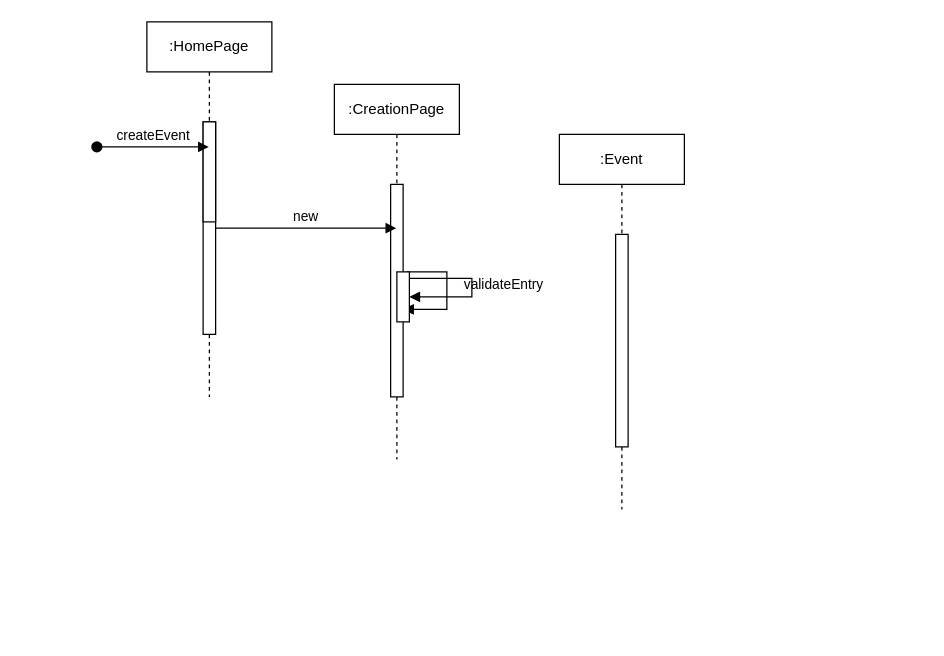
MigLyons/Draw.io keeps this draw.io diagram as createEventSequenceDiagram.drawio. Above is the earlier version. Source tidied: cells renumbered, new cells numbered last; positions are measured from the earlier drawing's top-left corner, leaving out a move shared by most shapes. Both pictures are drawn from the tidied source at 125%, with x=0, y=0 at pixel (96, 21).
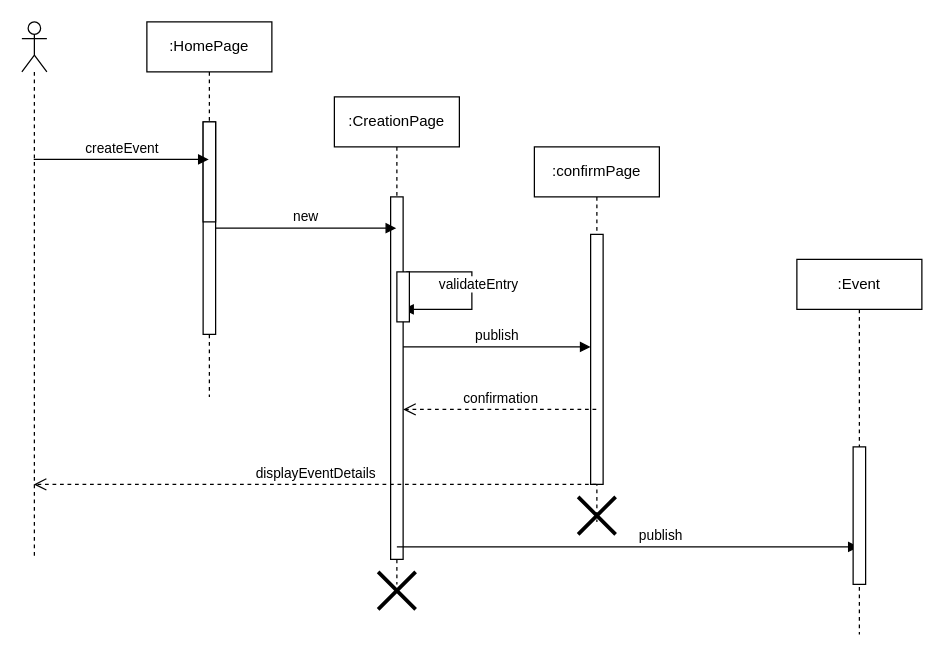
Above is the later version.

The change refers to these unchanged cells:
```xml
<mxCell id="2" value=":HomePage" style="shape=umlLifeline;perimeter=lifelinePerimeter;whiteSpace=wrap;html=1;outlineConnect=0;portConstraint=eastwest;newEdgeStyle={&quot;edgeStyle&quot;:&quot;elbowEdgeStyle&quot;,&quot;elbow&quot;:&quot;vertical&quot;,&quot;curved&quot;:0,&quot;rounded&quot;:0};size=40;" parent="1" vertex="1">
  <mxGeometry x="40" width="100" height="300" as="geometry" />
</mxCell>
<mxCell id="3" style="html=1;points=[];perimeter=orthogonalPerimeter;outlineConnect=0;targetShapes=umlLifeline;portConstraint=eastwest;newEdgeStyle={&quot;edgeStyle&quot;:&quot;elbowEdgeStyle&quot;,&quot;elbow&quot;:&quot;vertical&quot;,&quot;curved&quot;:0,&quot;rounded&quot;:0};" parent="2" vertex="1">
  <mxGeometry x="45" y="80" width="10" height="170" as="geometry" />
</mxCell>
```

Diff of the diagram source:
```diff
@@
     <mxCell id="5" value=":CreationPage" style="shape=umlLifeline;perimeter=lifelinePerimeter;whiteSpace=wrap;html=1;outlineConnect=0;portConstraint=eastwest;newEdgeStyle={&quot;edgeStyle&quot;:&quot;elbowEdgeStyle&quot;,&quot;elbow&quot;:&quot;vertical&quot;,&quot;curved&quot;:0,&quot;rounded&quot;:0};" parent="1" vertex="1">
-      <mxGeometry x="190" y="50" width="100" height="300" as="geometry" />
+      <mxGeometry x="190" y="60" width="100" height="390" as="geometry" />
     </mxCell>
     <mxCell id="6" style="html=1;points=[];perimeter=orthogonalPerimeter;outlineConnect=0;targetShapes=umlLifeline;portConstraint=eastwest;newEdgeStyle={&quot;edgeStyle&quot;:&quot;elbowEdgeStyle&quot;,&quot;elbow&quot;:&quot;vertical&quot;,&quot;curved&quot;:0,&quot;rounded&quot;:0};" parent="5" vertex="1">
-      <mxGeometry x="45" y="80" width="10" height="170" as="geometry" />
+      <mxGeometry x="45" y="80" width="10" height="290" as="geometry" />
     </mxCell>
+    <mxCell id="10" value="new" style="html=1;verticalAlign=bottom;endArrow=block;curved=0;rounded=0;" parent="1" edge="1" source="3" target="5">
+      <mxGeometry relative="1" as="geometry" />
+    </mxCell>
+    <mxCell id="11" value="validateEntry" style="html=1;align=left;spacingLeft=2;endArrow=block;rounded=0;edgeStyle=orthogonalEdgeStyle;curved=0;rounded=0;exitX=0.58;exitY=0.517;exitDx=0;exitDy=0;exitPerimeter=0;" parent="1" edge="1" source="13">
+      <mxGeometry x="-0.44" y="-10" relative="1" as="geometry">
+        <mxPoint x="245" y="230" as="targetPoint" />
+        <Array as="points">
+          <mxPoint x="248" y="221" />
+          <mxPoint x="248" y="200" />
+          <mxPoint x="300" y="200" />
+          <mxPoint x="300" y="230" />
+        </Array>
+      </mxGeometry>
+    </mxCell>
+    <mxCell id="13" style="html=1;points=[[0,0,0,0,5],[0,1,0,0,-5],[1,0,0,0,5],[1,1,0,0,-5]];perimeter=orthogonalPerimeter;outlineConnect=0;targetShapes=umlLifeline;portConstraint=eastwest;newEdgeStyle={&quot;curved&quot;:0,&quot;rounded&quot;:0};" parent="1" vertex="1">
+      <mxGeometry x="240" y="200" width="10" height="40" as="geometry" />
+    </mxCell>
+    <mxCell id="14" value="publish" style="html=1;verticalAlign=bottom;endArrow=block;curved=0;rounded=0;" parent="1" edge="1" target="16">
+      <mxGeometry relative="1" as="geometry">
+        <mxPoint x="245" y="260" as="sourcePoint" />
+      </mxGeometry>
+    </mxCell>
+    <mxCell id="15" value=":confirmPage" style="shape=umlLifeline;perimeter=lifelinePerimeter;whiteSpace=wrap;html=1;outlineConnect=0;portConstraint=eastwest;newEdgeStyle={&quot;curved&quot;:0,&quot;rounded&quot;:0};" parent="1" vertex="1">
+      <mxGeometry x="350" y="100" width="100" height="300" as="geometry" />
+    </mxCell>
+    <mxCell id="16" style="html=1;points=[[0,0,0,0,5],[0,1,0,0,-5],[1,0,0,0,5],[1,1,0,0,-5]];perimeter=orthogonalPerimeter;outlineConnect=0;targetShapes=umlLifeline;portConstraint=eastwest;newEdgeStyle={&quot;curved&quot;:0,&quot;rounded&quot;:0};" parent="15" vertex="1">
+      <mxGeometry x="45" y="70" width="10" height="200" as="geometry" />
+    </mxCell>
+    <mxCell id="17" value="publish" style="html=1;verticalAlign=bottom;endArrow=block;curved=0;rounded=0;" parent="1" edge="1" source="7">
+      <mxGeometry x="-1" y="-161" relative="1" as="geometry">
+        <mxPoint x="610" y="400" as="targetPoint" />
+        <mxPoint x="-159" y="-141" as="offset" />
+      </mxGeometry>
+    </mxCell>
+    <mxCell id="18" style="shape=umlLifeline;perimeter=lifelinePerimeter;whiteSpace=wrap;html=1;outlineConnect=0;portConstraint=eastwest;newEdgeStyle={&quot;curved&quot;:0,&quot;rounded&quot;:0};participant=umlActor;" parent="1" vertex="1">
+      <mxGeometry x="-60" width="20" height="430" as="geometry" />
+    </mxCell>
+    <mxCell id="19" value="displayEventDetails" style="html=1;verticalAlign=bottom;endArrow=open;dashed=1;endSize=8;curved=0;rounded=0;" parent="1" edge="1" source="15" target="18">
+      <mxGeometry relative="1" as="geometry">
+        <Array as="points">
+          <mxPoint x="350" y="370" />
+          <mxPoint x="280" y="370" />
+        </Array>
+      </mxGeometry>
+    </mxCell>
+    <mxCell id="9" value="createEvent" style="html=1;verticalAlign=bottom;endArrow=block;curved=0;rounded=0;" parent="1" edge="1">
+      <mxGeometry relative="1" as="geometry">
+        <mxPoint x="-50.5" y="110" as="sourcePoint" />
+        <mxPoint x="89.5" y="110" as="targetPoint" />
+      </mxGeometry>
+    </mxCell>
+    <mxCell id="20" value="confirmation" style="html=1;verticalAlign=bottom;endArrow=open;dashed=1;endSize=8;curved=0;rounded=0;" parent="1" edge="1" source="15" target="6">
+      <mxGeometry relative="1" as="geometry">
+        <Array as="points">
+          <mxPoint x="370" y="310" />
+          <mxPoint x="300" y="310" />
+        </Array>
+      </mxGeometry>
+    </mxCell>
+    <mxCell id="21" style="shape=umlDestroy;whiteSpace=wrap;html=1;strokeWidth=3;targetShapes=umlLifeline;" parent="1" vertex="1">
+      <mxGeometry x="385" y="380" width="30" height="30" as="geometry" />
+    </mxCell>
+    <mxCell id="22" style="html=1;verticalAlign=bottom;endArrow=block;curved=0;rounded=0;" parent="1" edge="1" target="7">
+      <mxGeometry x="0.05" relative="1" as="geometry">
+        <mxPoint x="240" y="420" as="sourcePoint" />
+      </mxGeometry>
+    </mxCell>
     <mxCell id="7" value=":Event" style="shape=umlLifeline;perimeter=lifelinePerimeter;whiteSpace=wrap;html=1;outlineConnect=0;portConstraint=eastwest;newEdgeStyle={&quot;edgeStyle&quot;:&quot;elbowEdgeStyle&quot;,&quot;elbow&quot;:&quot;vertical&quot;,&quot;curved&quot;:0,&quot;rounded&quot;:0};" parent="1" vertex="1">
-      <mxGeometry x="370" y="90" width="100" height="300" as="geometry" />
+      <mxGeometry x="560" y="190" width="100" height="300" as="geometry" />
     </mxCell>
     <mxCell id="8" style="html=1;perimeter=orthogonalPerimeter;targetShapes=umlLifeline;newEdgeStyle={&quot;edgeStyle&quot;:&quot;elbowEdgeStyle&quot;,&quot;elbow&quot;:&quot;vertical&quot;,&quot;curved&quot;:0,&quot;rounded&quot;:0};" parent="7" vertex="1">
-      <mxGeometry x="45" y="80" width="10" height="170" as="geometry" />
+      <mxGeometry x="45" y="150" width="10" height="110" as="geometry" />
     </mxCell>
-    <mxCell id="9" value="createEvent" style="html=1;verticalAlign=bottom;startArrow=oval;startFill=1;endArrow=block;startSize=8;curved=0;rounded=0;" parent="1" edge="1" target="2">
-      <mxGeometry relative="1" as="geometry">
-        <mxPoint y="100" as="sourcePoint" />
-      </mxGeometry>
-    </mxCell>
-    <mxCell id="10" value="new" style="html=1;verticalAlign=bottom;endArrow=block;curved=0;rounded=0;" parent="1" edge="1" source="3" target="5">
-      <mxGeometry relative="1" as="geometry" />
-    </mxCell>
-    <mxCell id="11" value="validateEntry" style="html=1;align=left;spacingLeft=2;endArrow=block;rounded=0;edgeStyle=orthogonalEdgeStyle;curved=0;rounded=0;exitX=0.58;exitY=0.517;exitDx=0;exitDy=0;exitPerimeter=0;" parent="1" edge="1" source="13">
-      <mxGeometry x="0.08" y="10" relative="1" as="geometry">
-        <mxPoint x="245" y="230" as="targetPoint" />
-        <Array as="points">
-          <mxPoint x="248" y="200" />
-          <mxPoint x="280" y="200" />
-          <mxPoint x="280" y="230" />
-        </Array>
-      </mxGeometry>
-    </mxCell>
-    <mxCell id="12" style="html=1;align=left;spacingLeft=2;endArrow=block;rounded=0;edgeStyle=orthogonalEdgeStyle;curved=0;rounded=0;exitX=0.58;exitY=0.517;exitDx=0;exitDy=0;exitPerimeter=0;" parent="1" edge="1" source="5" target="13">
-      <mxGeometry relative="1" as="geometry" />
-    </mxCell>
-    <mxCell id="13" style="html=1;points=[[0,0,0,0,5],[0,1,0,0,-5],[1,0,0,0,5],[1,1,0,0,-5]];perimeter=orthogonalPerimeter;outlineConnect=0;targetShapes=umlLifeline;portConstraint=eastwest;newEdgeStyle={&quot;curved&quot;:0,&quot;rounded&quot;:0};" parent="1" vertex="1">
-      <mxGeometry x="240" y="200" width="10" height="40" as="geometry" />
-    </mxCell>
+    <mxCell id="23" style="shape=umlDestroy;whiteSpace=wrap;html=1;strokeWidth=3;targetShapes=umlLifeline;" parent="1" vertex="1">
+      <mxGeometry x="225" y="440" width="30" height="30" as="geometry" />
+    </mxCell>
```
